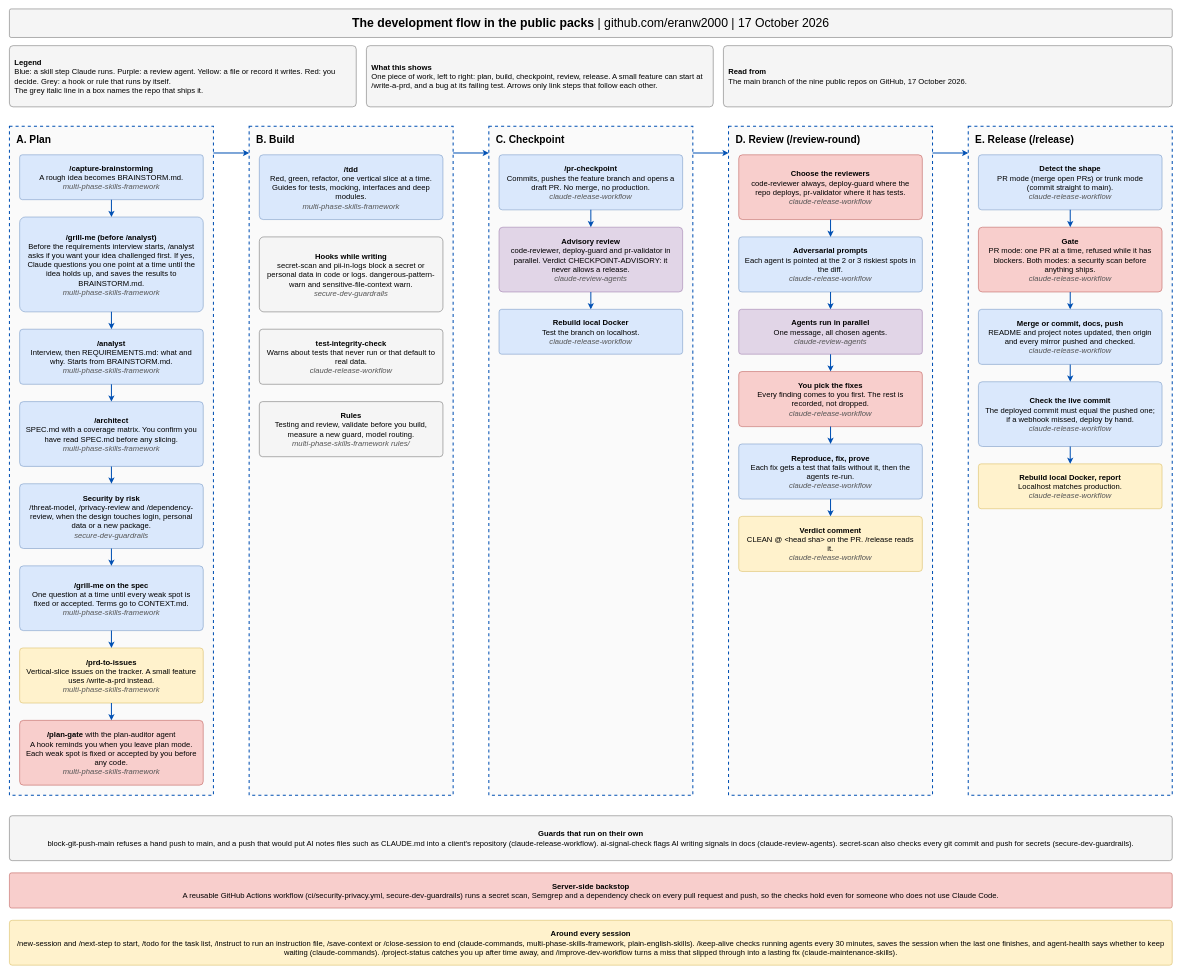
Earlier version of the draw.io diagram docs/development-flow.drawio (eranw2000/eranw2000). Source tidied: cells renumbered, new cells numbered last; positions are measured from the earlier drawing's top-left corner, leaving out a move shared by most shapes. Both pictures are drawn from the tidied source at 51%, with x=0, y=0 at pixel (9, 9).
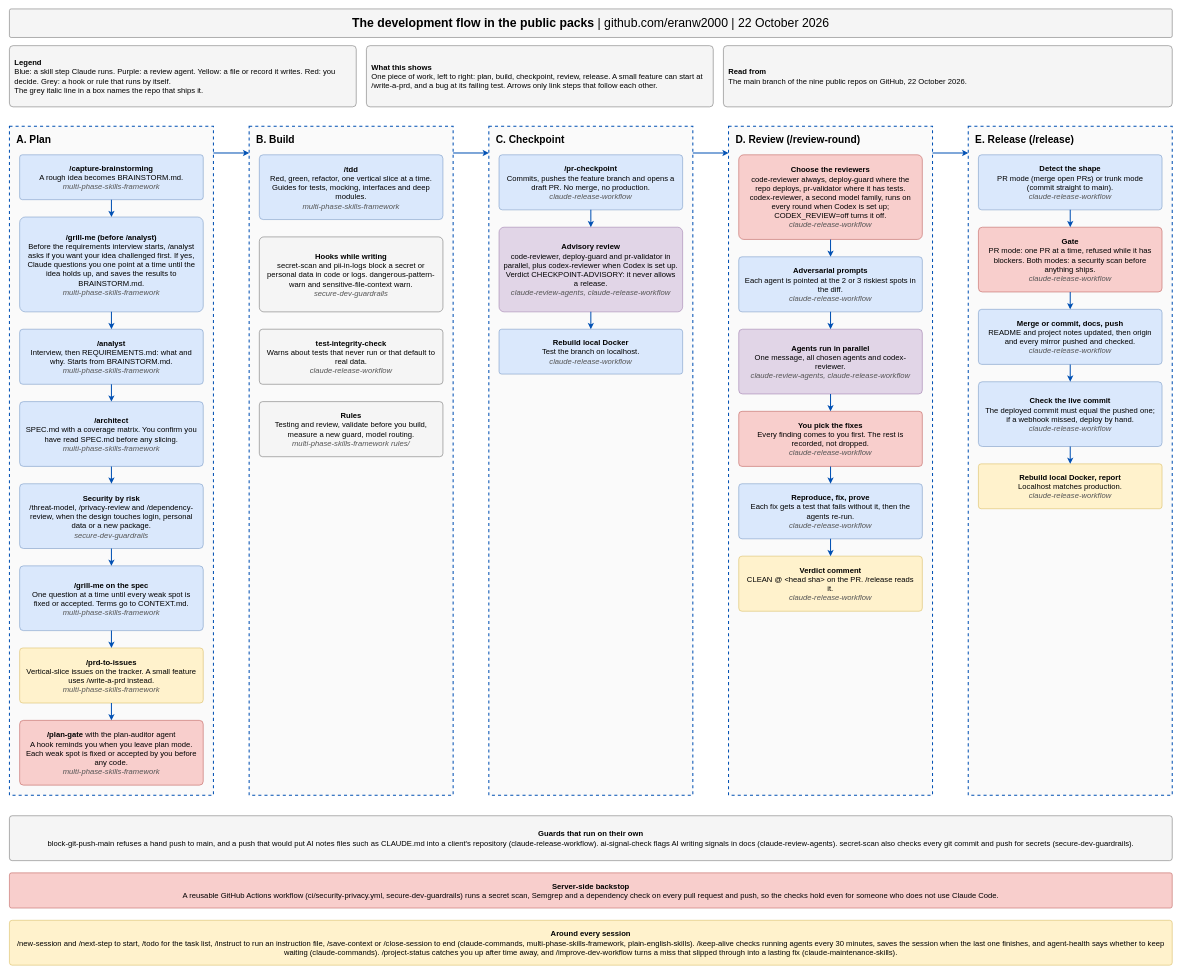
Above is the later version.

Commit message (it also covers changes not shown here):
Flow diagrams: the optional codex-reviewer in review-round and pr-checkpoint, and the Codex pass in the security skills

Change to the diagram source:
```diff
@@
-    <mxCell id="2" value="&lt;b&gt;The development flow in the public packs&lt;/b&gt;  |  github.com/eranw2000  |  17 October 2026" style="rounded=1;arcSize=6;whiteSpace=wrap;html=1;fillColor=#f5f5f5;strokeColor=#666666;fontSize=24;fontFamily=Helvetica;spacing=10;align=center;verticalAlign=middle;" parent="1" vertex="1">
+    <mxCell id="2" value="&lt;b&gt;The development flow in the public packs&lt;/b&gt;  |  github.com/eranw2000  |  22 October 2026" style="rounded=1;arcSize=6;whiteSpace=wrap;html=1;fillColor=#f5f5f5;strokeColor=#666666;fontSize=24;fontFamily=Helvetica;spacing=10;align=center;verticalAlign=middle;" parent="1" vertex="1">
       <mxGeometry width="2280" height="56" as="geometry" />
     </mxCell>
@@
-    <mxCell id="5" value="&lt;b&gt;Read from&lt;/b&gt;&lt;br&gt;The main branch of the nine public repos on GitHub, 17 October 2026." style="rounded=1;arcSize=6;whiteSpace=wrap;html=1;fillColor=#f5f5f5;strokeColor=#666666;fontSize=15;fontFamily=Helvetica;spacing=10;align=left;verticalAlign=middle;" parent="1" vertex="1">
+    <mxCell id="5" value="&lt;b&gt;Read from&lt;/b&gt;&lt;br&gt;The main branch of the nine public repos on GitHub, 22 October 2026." style="rounded=1;arcSize=6;whiteSpace=wrap;html=1;fillColor=#f5f5f5;strokeColor=#666666;fontSize=15;fontFamily=Helvetica;spacing=10;align=left;verticalAlign=middle;" parent="1" vertex="1">
       <mxGeometry x="1400" y="72" width="880" height="120" as="geometry" />
     </mxCell>
@@
-    <mxCell id="31" value="&lt;b&gt;Advisory review&lt;/b&gt;&lt;br&gt;code-reviewer, deploy-guard and pr-validator in parallel. Verdict CHECKPOINT-ADVISORY: it never allows a release.&lt;br&gt;&lt;i&gt;&lt;font color=&quot;#555555&quot;&gt;claude-review-agents&lt;/font&gt;&lt;/i&gt;" style="rounded=1;arcSize=6;whiteSpace=wrap;html=1;fillColor=#e1d5e7;strokeColor=#9673a6;fontSize=15;fontFamily=Helvetica;spacing=10;align=center;verticalAlign=middle;" parent="1" vertex="1">
-      <mxGeometry x="960" y="428" width="360" height="127" as="geometry" />
+    <mxCell id="31" value="&lt;b&gt;Advisory review&lt;/b&gt;&lt;br&gt;code-reviewer, deploy-guard and pr-validator in parallel, plus codex-reviewer when Codex is set up. Verdict CHECKPOINT-ADVISORY: it never allows a release.&lt;br&gt;&lt;i&gt;&lt;font color=&quot;#555555&quot;&gt;claude-review-agents, claude-release-workflow&lt;/font&gt;&lt;/i&gt;" style="rounded=1;arcSize=6;whiteSpace=wrap;html=1;fillColor=#e1d5e7;strokeColor=#9673a6;fontSize=15;fontFamily=Helvetica;spacing=10;align=center;verticalAlign=middle;" parent="1" vertex="1">
+      <mxGeometry x="960" y="428" width="360" height="166" as="geometry" />
     </mxCell>
@@
     <mxCell id="33" value="&lt;b&gt;Rebuild local Docker&lt;/b&gt;&lt;br&gt;Test the branch on localhost.&lt;br&gt;&lt;i&gt;&lt;font color=&quot;#555555&quot;&gt;claude-release-workflow&lt;/font&gt;&lt;/i&gt;" style="rounded=1;arcSize=6;whiteSpace=wrap;html=1;fillColor=#dae8fc;strokeColor=#6c8ebf;fontSize=15;fontFamily=Helvetica;spacing=10;align=center;verticalAlign=middle;" parent="1" vertex="1">
-      <mxGeometry x="960" y="589" width="360" height="88" as="geometry" />
+      <mxGeometry x="960" y="628" width="360" height="88" as="geometry" />
     </mxCell>
@@
-    <mxCell id="35" value="&lt;b&gt;Choose the reviewers&lt;/b&gt;&lt;br&gt;code-reviewer always, deploy-guard where the repo deploys, pr-validator where it has tests.&lt;br&gt;&lt;i&gt;&lt;font color=&quot;#555555&quot;&gt;claude-release-workflow&lt;/font&gt;&lt;/i&gt;" style="rounded=1;arcSize=6;whiteSpace=wrap;html=1;fillColor=#f8cecc;strokeColor=#b85450;fontSize=15;fontFamily=Helvetica;spacing=10;align=center;verticalAlign=middle;" parent="1" vertex="1">
-      <mxGeometry x="1430" y="286" width="360" height="127" as="geometry" />
+    <mxCell id="35" value="&lt;b&gt;Choose the reviewers&lt;/b&gt;&lt;br&gt;code-reviewer always, deploy-guard where the repo deploys, pr-validator where it has tests. codex-reviewer, a second model family, runs on every round when Codex is set up; CODEX_REVIEW=off turns it off.&lt;br&gt;&lt;i&gt;&lt;font color=&quot;#555555&quot;&gt;claude-release-workflow&lt;/font&gt;&lt;/i&gt;" style="rounded=1;arcSize=6;whiteSpace=wrap;html=1;fillColor=#f8cecc;strokeColor=#b85450;fontSize=15;fontFamily=Helvetica;spacing=10;align=center;verticalAlign=middle;" parent="1" vertex="1">
+      <mxGeometry x="1430" y="286" width="360" height="166" as="geometry" />
     </mxCell>
     <mxCell id="36" value="&lt;b&gt;Adversarial prompts&lt;/b&gt;&lt;br&gt;Each agent is pointed at the 2 or 3 riskiest spots in the diff.&lt;br&gt;&lt;i&gt;&lt;font color=&quot;#555555&quot;&gt;claude-release-workflow&lt;/font&gt;&lt;/i&gt;" style="rounded=1;arcSize=6;whiteSpace=wrap;html=1;fillColor=#dae8fc;strokeColor=#6c8ebf;fontSize=15;fontFamily=Helvetica;spacing=10;align=center;verticalAlign=middle;" parent="1" vertex="1">
-      <mxGeometry x="1430" y="447" width="360" height="108" as="geometry" />
+      <mxGeometry x="1430" y="486" width="360" height="108" as="geometry" />
     </mxCell>
@@
-    <mxCell id="38" value="&lt;b&gt;Agents run in parallel&lt;/b&gt;&lt;br&gt;One message, all chosen agents.&lt;br&gt;&lt;i&gt;&lt;font color=&quot;#555555&quot;&gt;claude-review-agents&lt;/font&gt;&lt;/i&gt;" style="rounded=1;arcSize=6;whiteSpace=wrap;html=1;fillColor=#e1d5e7;strokeColor=#9673a6;fontSize=15;fontFamily=Helvetica;spacing=10;align=center;verticalAlign=middle;" parent="1" vertex="1">
-      <mxGeometry x="1430" y="589" width="360" height="88" as="geometry" />
+    <mxCell id="38" value="&lt;b&gt;Agents run in parallel&lt;/b&gt;&lt;br&gt;One message, all chosen agents and codex-reviewer.&lt;br&gt;&lt;i&gt;&lt;font color=&quot;#555555&quot;&gt;claude-review-agents, claude-release-workflow&lt;/font&gt;&lt;/i&gt;" style="rounded=1;arcSize=6;whiteSpace=wrap;html=1;fillColor=#e1d5e7;strokeColor=#9673a6;fontSize=15;fontFamily=Helvetica;spacing=10;align=center;verticalAlign=middle;" parent="1" vertex="1">
+      <mxGeometry x="1430" y="628" width="360" height="127" as="geometry" />
     </mxCell>
@@
     <mxCell id="40" value="&lt;b&gt;You pick the fixes&lt;/b&gt;&lt;br&gt;Every finding comes to you first. The rest is recorded, not dropped.&lt;br&gt;&lt;i&gt;&lt;font color=&quot;#555555&quot;&gt;claude-release-workflow&lt;/font&gt;&lt;/i&gt;" style="rounded=1;arcSize=6;whiteSpace=wrap;html=1;fillColor=#f8cecc;strokeColor=#b85450;fontSize=15;fontFamily=Helvetica;spacing=10;align=center;verticalAlign=middle;" parent="1" vertex="1">
-      <mxGeometry x="1430" y="711" width="360" height="108" as="geometry" />
+      <mxGeometry x="1430" y="789" width="360" height="108" as="geometry" />
     </mxCell>
@@
     <mxCell id="42" value="&lt;b&gt;Reproduce, fix, prove&lt;/b&gt;&lt;br&gt;Each fix gets a test that fails without it, then the agents re-run.&lt;br&gt;&lt;i&gt;&lt;font color=&quot;#555555&quot;&gt;claude-release-workflow&lt;/font&gt;&lt;/i&gt;" style="rounded=1;arcSize=6;whiteSpace=wrap;html=1;fillColor=#dae8fc;strokeColor=#6c8ebf;fontSize=15;fontFamily=Helvetica;spacing=10;align=center;verticalAlign=middle;" parent="1" vertex="1">
-      <mxGeometry x="1430" y="853" width="360" height="108" as="geometry" />
+      <mxGeometry x="1430" y="931" width="360" height="108" as="geometry" />
     </mxCell>
@@
     <mxCell id="44" value="&lt;b&gt;Verdict comment&lt;/b&gt;&lt;br&gt;CLEAN @ &amp;lt;head sha&amp;gt; on the PR. /release reads it.&lt;br&gt;&lt;i&gt;&lt;font color=&quot;#555555&quot;&gt;claude-release-workflow&lt;/font&gt;&lt;/i&gt;" style="rounded=1;arcSize=6;whiteSpace=wrap;html=1;fillColor=#fff2cc;strokeColor=#d6b656;fontSize=15;fontFamily=Helvetica;spacing=10;align=center;verticalAlign=middle;" parent="1" vertex="1">
-      <mxGeometry x="1430" y="995" width="360" height="108" as="geometry" />
+      <mxGeometry x="1430" y="1073" width="360" height="108" as="geometry" />
     </mxCell>
```
